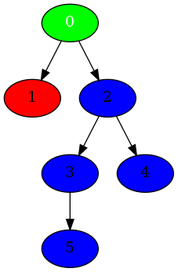
The Graphviz diagram graph_output.png in LucasGrjs/GRAPH_TEST, before a commit. Its source is kept beside it as graph_output.dot.
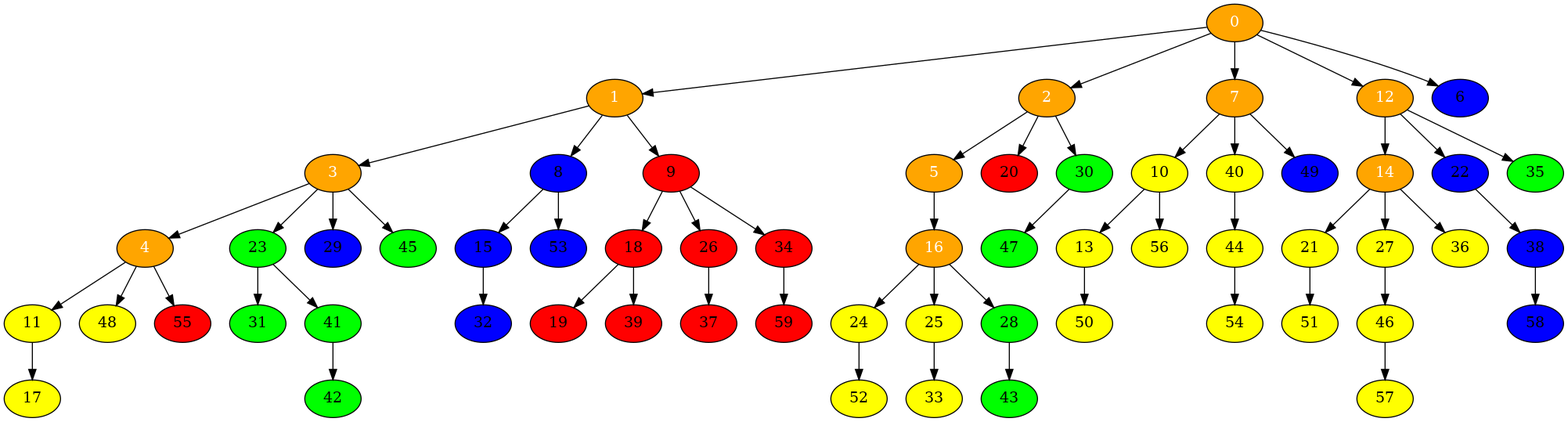
Later version of the same file.

What changed in the source:
```diff
@@ -1,15 +1,132 @@
 digraph G {
   rankdir=TB;
   0 [style=filled, fillcolor=black, fontcolor=white];
+  16 [style=filled, fillcolor=black, fontcolor=white];
+  1 [style=filled, fillcolor=black, fontcolor=white];
+  2 [style=filled, fillcolor=black, fontcolor=white];
+  3 [style=filled, fillcolor=black, fontcolor=white];
+  4 [style=filled, fillcolor=black, fontcolor=white];
+  5 [style=filled, fillcolor=black, fontcolor=white];
+  7 [style=filled, fillcolor=black, fontcolor=white];
+  12 [style=filled, fillcolor=black, fontcolor=white];
+  14 [style=filled, fillcolor=black, fontcolor=white];
   0 -> 1 [color=black];
   0 -> 2 [color=black];
-  2 -> 3 [color=black];
-  2 -> 4 [color=black];
-  3 -> 5 [color=black];
-  0 [style=filled, fillcolor=green]
-  1 [style=filled, fillcolor=red]
-  2 [style=filled, fillcolor=blue]
-  3 [style=filled, fillcolor=blue]
-  4 [style=filled, fillcolor=blue]
-  5 [style=filled, fillcolor=blue]
+  1 -> 3 [color=black];
+  3 -> 4 [color=black];
+  2 -> 5 [color=black];
+  0 -> 6 [color=black];
+  0 -> 7 [color=black];
+  1 -> 8 [color=black];
+  1 -> 9 [color=black];
+  7 -> 10 [color=black];
+  4 -> 11 [color=black];
+  0 -> 12 [color=black];
+  10 -> 13 [color=black];
+  12 -> 14 [color=black];
+  8 -> 15 [color=black];
+  5 -> 16 [color=black];
+  11 -> 17 [color=black];
+  9 -> 18 [color=black];
+  18 -> 19 [color=black];
+  2 -> 20 [color=black];
+  14 -> 21 [color=black];
+  12 -> 22 [color=black];
+  3 -> 23 [color=black];
+  16 -> 24 [color=black];
+  16 -> 25 [color=black];
+  9 -> 26 [color=black];
+  14 -> 27 [color=black];
+  16 -> 28 [color=black];
+  3 -> 29 [color=black];
+  2 -> 30 [color=black];
+  23 -> 31 [color=black];
+  15 -> 32 [color=black];
+  25 -> 33 [color=black];
+  9 -> 34 [color=black];
+  12 -> 35 [color=black];
+  14 -> 36 [color=black];
+  26 -> 37 [color=black];
+  22 -> 38 [color=black];
+  18 -> 39 [color=black];
+  7 -> 40 [color=black];
+  23 -> 41 [color=black];
+  41 -> 42 [color=black];
+  28 -> 43 [color=black];
+  40 -> 44 [color=black];
+  3 -> 45 [color=black];
+  27 -> 46 [color=black];
+  30 -> 47 [color=black];
+  4 -> 48 [color=black];
+  7 -> 49 [color=black];
+  13 -> 50 [color=black];
+  21 -> 51 [color=black];
+  24 -> 52 [color=black];
+  8 -> 53 [color=black];
+  44 -> 54 [color=black];
+  4 -> 55 [color=black];
+  10 -> 56 [color=black];
+  46 -> 57 [color=black];
+  38 -> 58 [color=black];
+  34 -> 59 [color=black];
+  0 [style=filled, fillcolor=orange]
+  1 [style=filled, fillcolor=orange]
+  2 [style=filled, fillcolor=orange]
+  3 [style=filled, fillcolor=orange]
+  4 [style=filled, fillcolor=orange]
+  5 [style=filled, fillcolor=orange]
+  6 [style=filled, fillcolor=blue]
+  7 [style=filled, fillcolor=orange]
+  8 [style=filled, fillcolor=blue]
+  9 [style=filled, fillcolor=red]
+  10 [style=filled, fillcolor=yellow]
+  11 [style=filled, fillcolor=yellow]
+  12 [style=filled, fillcolor=orange]
+  13 [style=filled, fillcolor=yellow]
+  14 [style=filled, fillcolor=orange]
+  15 [style=filled, fillcolor=blue]
+  16 [style=filled, fillcolor=orange]
+  17 [style=filled, fillcolor=yellow]
+  18 [style=filled, fillcolor=red]
+  19 [style=filled, fillcolor=red]
+  20 [style=filled, fillcolor=red]
+  21 [style=filled, fillcolor=yellow]
+  22 [style=filled, fillcolor=blue]
+  23 [style=filled, fillcolor=green]
+  24 [style=filled, fillcolor=yellow]
+  25 [style=filled, fillcolor=yellow]
+  26 [style=filled, fillcolor=red]
+  27 [style=filled, fillcolor=yellow]
+  28 [style=filled, fillcolor=green]
+  29 [style=filled, fillcolor=blue]
+  30 [style=filled, fillcolor=green]
+  31 [style=filled, fillcolor=green]
+  32 [style=filled, fillcolor=blue]
+  33 [style=filled, fillcolor=yellow]
+  34 [style=filled, fillcolor=red]
+  35 [style=filled, fillcolor=green]
+  36 [style=filled, fillcolor=yellow]
+  37 [style=filled, fillcolor=red]
+  38 [style=filled, fillcolor=blue]
+  39 [style=filled, fillcolor=red]
+  40 [style=filled, fillcolor=yellow]
+  41 [style=filled, fillcolor=green]
+  42 [style=filled, fillcolor=green]
+  43 [style=filled, fillcolor=green]
+  44 [style=filled, fillcolor=yellow]
+  45 [style=filled, fillcolor=green]
+  46 [style=filled, fillcolor=yellow]
+  47 [style=filled, fillcolor=green]
+  48 [style=filled, fillcolor=yellow]
+  49 [style=filled, fillcolor=blue]
+  50 [style=filled, fillcolor=yellow]
+  51 [style=filled, fillcolor=yellow]
+  52 [style=filled, fillcolor=yellow]
+  53 [style=filled, fillcolor=blue]
+  54 [style=filled, fillcolor=yellow]
+  55 [style=filled, fillcolor=red]
+  56 [style=filled, fillcolor=yellow]
+  57 [style=filled, fillcolor=yellow]
+  58 [style=filled, fillcolor=blue]
+  59 [style=filled, fillcolor=red]
 }
```
